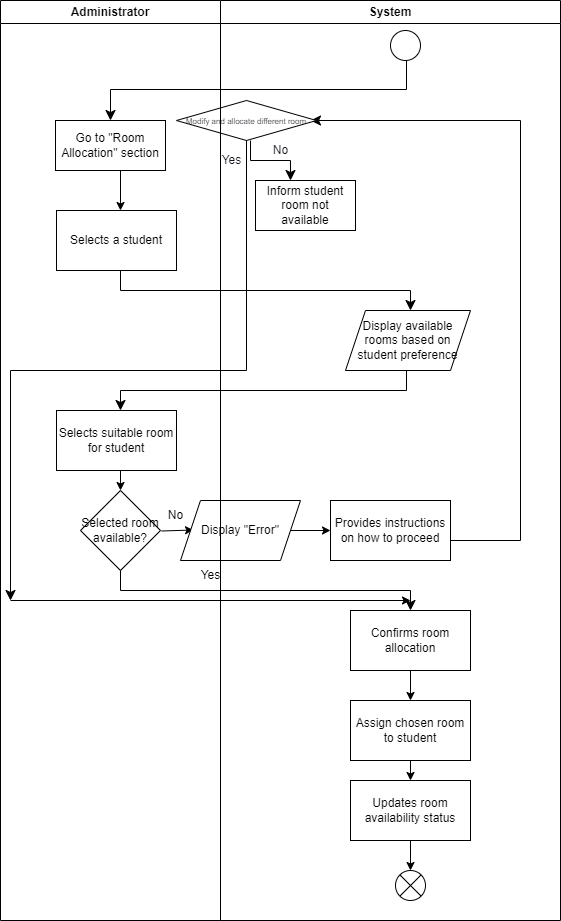
Above: project/drawio/stakeholder/activity diagram/uc20.png in drshahizan/software-engineering (draw.io), before the change. Source tidied: cells renumbered, new cells last; positions are measured from the earlier drawing's top-left corner, leaving out a move shared by most shapes.
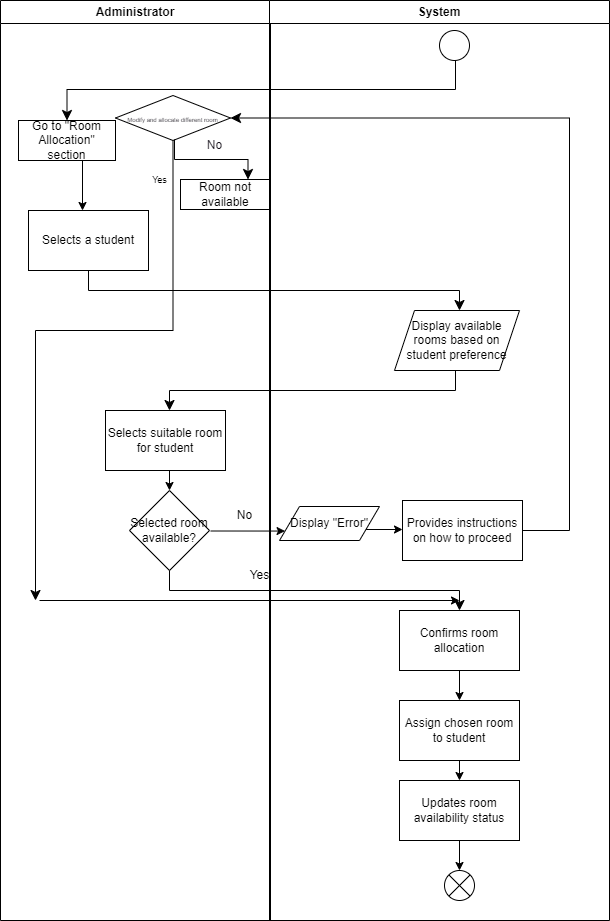
Above is the later version.

What changed in the source:
```diff
@@ -9,16 +9,15 @@
     </mxCell>
     <mxCell id="3" style="endArrow=classic;html=1;" parent="1" edge="1">
       <mxGeometry relative="1" as="geometry">
-        <mxPoint x="120" y="170" as="sourcePoint" />
-        <mxPoint x="120" y="210" as="targetPoint" />
+        <mxPoint x="33" y="160" as="sourcePoint" />
+        <mxPoint x="33" y="210" as="targetPoint" />
       </mxGeometry>
     </mxCell>
     <mxCell id="4" value="Selects a student" style="rounded=0;whiteSpace=wrap;html=1;" parent="1" vertex="1">
-      <mxGeometry x="56" y="210" width="120" height="60" as="geometry" />
+      <mxGeometry x="-21" y="210" width="120" height="60" as="geometry" />
     </mxCell>
-    <mxCell id="5" style="edgeStyle=elbowEdgeStyle;elbow=vertical;endArrow=classic;html=1;curved=0;rounded=0;endSize=8;startSize=8;" parent="1" edge="1">
+    <mxCell id="5" style="edgeStyle=elbowEdgeStyle;elbow=vertical;endArrow=classic;html=1;curved=0;rounded=0;endSize=8;startSize=8;exitX=0.5;exitY=1;exitDx=0;exitDy=0;" parent="1" edge="1" source="4">
       <mxGeometry relative="1" as="geometry">
-        <mxPoint x="120" y="270" as="sourcePoint" />
         <mxPoint x="410" y="310" as="targetPoint" />
       </mxGeometry>
     </mxCell>
@@ -82,76 +81,76 @@
     <mxCell id="19" style="shape=sumEllipse;perimeter=ellipsePerimeter;whiteSpace=wrap;html=1;backgroundOutline=1;" parent="1" vertex="1">
       <mxGeometry x="395" y="870" width="30" height="30" as="geometry" />
     </mxCell>
-    <mxCell id="20" style="endArrow=classic;html=1;" parent="1" edge="1">
+    <mxCell id="20" style="endArrow=classic;html=1;entryX=0;entryY=0.75;entryDx=0;entryDy=0;" parent="1" edge="1" target="22">
       <mxGeometry relative="1" as="geometry">
         <mxPoint x="161" y="530.5" as="sourcePoint" />
-        <mxPoint x="193" y="529.5" as="targetPoint" />
       </mxGeometry>
     </mxCell>
-    <mxCell id="21" value="No" style="text;html=1;align=center;verticalAlign=middle;strokeColor=none;fillColor=none;" parent="1" vertex="1">
-      <mxGeometry x="155" y="500" width="40" height="30" as="geometry" />
-    </mxCell>
-    <mxCell id="22" value="Display &quot;Error&quot;" style="shape=parallelogram;perimeter=parallelogramPerimeter;whiteSpace=wrap;html=1;fixedSize=1;" parent="1" vertex="1">
-      <mxGeometry x="180" y="500" width="120" height="60" as="geometry" />
-    </mxCell>
-    <mxCell id="23" style="endArrow=classic;html=1;" parent="1" edge="1">
-      <mxGeometry relative="1" as="geometry">
-        <mxPoint x="290" y="530" as="sourcePoint" />
-        <mxPoint x="330" y="530" as="targetPoint" />
-      </mxGeometry>
-    </mxCell>
     <mxCell id="24" value="Provides instructions on how to proceed" style="rounded=0;whiteSpace=wrap;html=1;" parent="1" vertex="1">
-      <mxGeometry x="330" y="500" width="120" height="60" as="geometry" />
+      <mxGeometry x="353" y="500" width="120" height="60" as="geometry" />
     </mxCell>
-    <mxCell id="25" style="edgeStyle=elbowEdgeStyle;elbow=horizontal;endArrow=classic;html=1;curved=0;rounded=0;endSize=8;startSize=8;" parent="1" edge="1">
+    <mxCell id="25" style="edgeStyle=elbowEdgeStyle;elbow=horizontal;endArrow=classic;html=1;curved=0;rounded=0;endSize=8;startSize=8;exitX=1;exitY=0.5;exitDx=0;exitDy=0;" parent="1" edge="1" source="24" target="26">
       <mxGeometry relative="1" as="geometry">
-        <mxPoint x="450" y="540" as="sourcePoint" />
-        <mxPoint x="310" y="120" as="targetPoint" />
         <Array as="points">
           <mxPoint x="520" y="350" />
         </Array>
       </mxGeometry>
     </mxCell>
-    <mxCell id="26" value="&lt;font style=&quot;font-size: 8px;&quot; color=&quot;#18141d&quot;&gt;Modify and allocate different room&lt;/font&gt;" style="rhombus;whiteSpace=wrap;html=1;fontFamily=Helvetica;fontSize=12;fontColor=rgb(240, 240, 240);align=center;strokeColor=#000000;fillColor=#FFFFFF;" parent="1" vertex="1">
-      <mxGeometry x="176" y="100" width="140" height="40" as="geometry" />
-    </mxCell>
     <mxCell id="27" style="edgeStyle=elbowEdgeStyle;elbow=vertical;endArrow=classic;html=1;curved=0;rounded=0;endSize=8;startSize=8;startArrow=none;exitX=0.5;exitY=1;exitDx=0;exitDy=0;" parent="1" edge="1" source="26">
       <mxGeometry relative="1" as="geometry">
-        <mxPoint x="10" y="600" as="targetPoint" />
+        <mxPoint x="-14" y="600" as="targetPoint" />
+        <Array as="points">
+          <mxPoint x="50" y="330" />
+        </Array>
       </mxGeometry>
     </mxCell>
     <mxCell id="28" style="endArrow=classic;html=1;" parent="1" edge="1">
       <mxGeometry relative="1" as="geometry">
-        <mxPoint x="10" y="600" as="sourcePoint" />
+        <mxPoint x="-10" y="600" as="sourcePoint" />
         <mxPoint x="410" y="600" as="targetPoint" />
       </mxGeometry>
     </mxCell>
+    <mxCell id="31" value="Administrator" style="swimlane;whiteSpace=wrap;html=1;" parent="1" vertex="1">
+      <mxGeometry x="-49" width="270" height="920" as="geometry" />
+    </mxCell>
+    <mxCell id="32" value="Go to &quot;Room Allocation&quot; section" style="rounded=0;whiteSpace=wrap;html=1;" parent="31" vertex="1">
+      <mxGeometry x="18" y="120" width="97" height="40" as="geometry" />
+    </mxCell>
+    <mxCell id="26" value="&lt;font style=&quot;font-size: 6px;&quot; color=&quot;#18141d&quot;&gt;Modify and allocate different room&lt;/font&gt;" style="rhombus;whiteSpace=wrap;html=1;fontFamily=Helvetica;fontSize=12;fontColor=rgb(240, 240, 240);align=center;strokeColor=#000000;fillColor=#FFFFFF;" parent="31" vertex="1">
+      <mxGeometry x="115" y="95" width="115" height="45" as="geometry" />
+    </mxCell>
+    <mxCell id="35" value="No" style="text;html=1;align=center;verticalAlign=middle;strokeColor=none;fillColor=none;fontColor=#18141D;" parent="31" vertex="1">
+      <mxGeometry x="194" y="130" width="40" height="30" as="geometry" />
+    </mxCell>
-    <mxCell id="29" style="edgeStyle=elbowEdgeStyle;elbow=vertical;endArrow=classic;html=1;curved=0;rounded=0;endSize=8;startSize=8;" parent="1" edge="1">
+    <mxCell id="29" style="edgeStyle=elbowEdgeStyle;elbow=vertical;endArrow=classic;html=1;curved=0;rounded=0;endSize=8;startSize=8;entryX=0.75;entryY=0;entryDx=0;entryDy=0;" parent="31" edge="1">
       <mxGeometry relative="1" as="geometry">
-        <mxPoint x="250" y="140" as="sourcePoint" />
-        <mxPoint x="290" y="180" as="targetPoint" />
+        <mxPoint x="174" y="139" as="sourcePoint" />
+        <mxPoint x="247.5" y="179" as="targetPoint" />
       </mxGeometry>
     </mxCell>
-    <mxCell id="30" value="Inform student room not available" style="rounded=0;whiteSpace=wrap;html=1;" parent="1" vertex="1">
-      <mxGeometry x="255" y="180" width="100" height="50" as="geometry" />
+    <mxCell id="30" value="Room not available" style="rounded=0;whiteSpace=wrap;html=1;" parent="31" vertex="1">
+      <mxGeometry x="180" y="179" width="90" height="30" as="geometry" />
     </mxCell>
-    <mxCell id="31" value="Administrator" style="swimlane;whiteSpace=wrap;html=1;" parent="1" vertex="1">
-      <mxGeometry width="220" height="920" as="geometry" />
-    </mxCell>
-    <mxCell id="32" value="Go to &quot;Room Allocation&quot; section" style="rounded=0;whiteSpace=wrap;html=1;" parent="31" vertex="1">
-      <mxGeometry x="55" y="120" width="110" height="50" as="geometry" />
-    </mxCell>
+    <mxCell id="21" value="No" style="text;html=1;align=center;verticalAlign=middle;strokeColor=none;fillColor=none;" parent="31" vertex="1">
+      <mxGeometry x="224" y="500" width="40" height="30" as="geometry" />
+    </mxCell>
     <mxCell id="33" value="System" style="swimlane;whiteSpace=wrap;html=1;" parent="1" vertex="1">
       <mxGeometry x="220" width="340" height="920" as="geometry" />
     </mxCell>
     <mxCell id="34" style="ellipse;" parent="33" vertex="1">
       <mxGeometry x="170" y="30" width="30" height="30" as="geometry" />
     </mxCell>
-    <mxCell id="35" value="No" style="text;html=1;align=center;verticalAlign=middle;strokeColor=none;fillColor=none;fontColor=#18141D;" parent="1" vertex="1">
-      <mxGeometry x="260" y="135" width="40" height="30" as="geometry" />
-    </mxCell>
+    <mxCell id="23" style="endArrow=classic;html=1;" parent="33" edge="1">
+      <mxGeometry relative="1" as="geometry">
+        <mxPoint x="93" y="529" as="sourcePoint" />
+        <mxPoint x="133" y="529" as="targetPoint" />
+      </mxGeometry>
+    </mxCell>
+    <mxCell id="22" value="Display &quot;Error&quot;" style="shape=parallelogram;perimeter=parallelogramPerimeter;whiteSpace=wrap;html=1;fixedSize=1;" parent="33" vertex="1">
+      <mxGeometry x="10" y="506" width="100" height="34" as="geometry" />
+    </mxCell>
-    <mxCell id="36" value="Yes" style="text;html=1;align=center;verticalAlign=middle;strokeColor=none;fillColor=none;fontColor=#18141D;" parent="1" vertex="1">
-      <mxGeometry x="211" y="145" width="40" height="30" as="geometry" />
+    <mxCell id="36" value="&lt;font style=&quot;font-size: 9px;&quot;&gt;Yes&lt;/font&gt;" style="text;html=1;align=center;verticalAlign=middle;strokeColor=none;fillColor=none;fontSize=6;" parent="1" vertex="1">
+      <mxGeometry x="90" y="170" width="40" height="20" as="geometry" />
     </mxCell>
   </root>
 </mxGraphModel>
```
